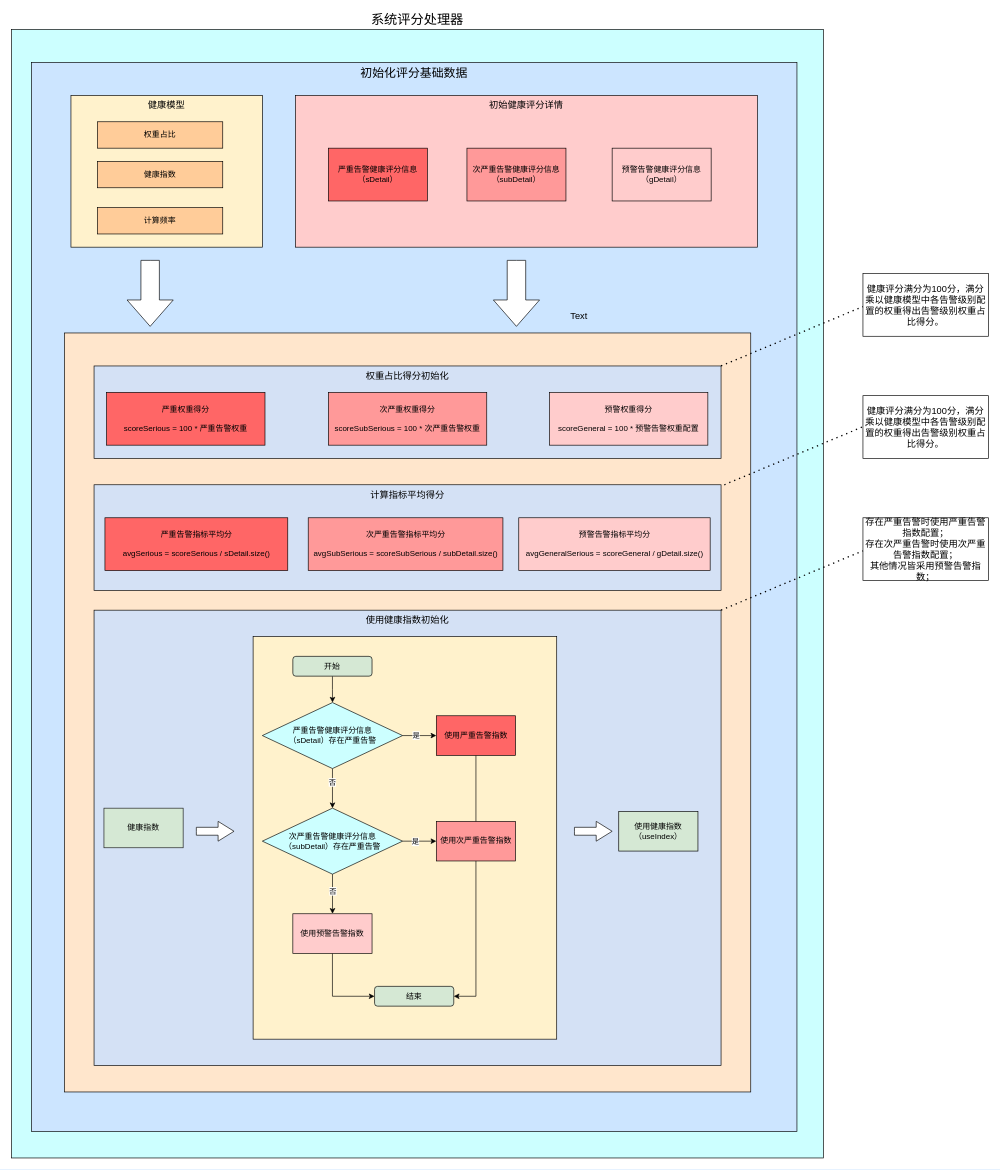
The draw.io diagram 健康模型2.drawio in diaosinanshen/draw, before the edit. Source tidied: cells renumbered, new cells numbered last; positions are measured from the earlier drawing's top-left corner, leaving out a move shared by most shapes. Both pictures are drawn from the tidied source at 66%, with x=0, y=0 at pixel (11, 29).
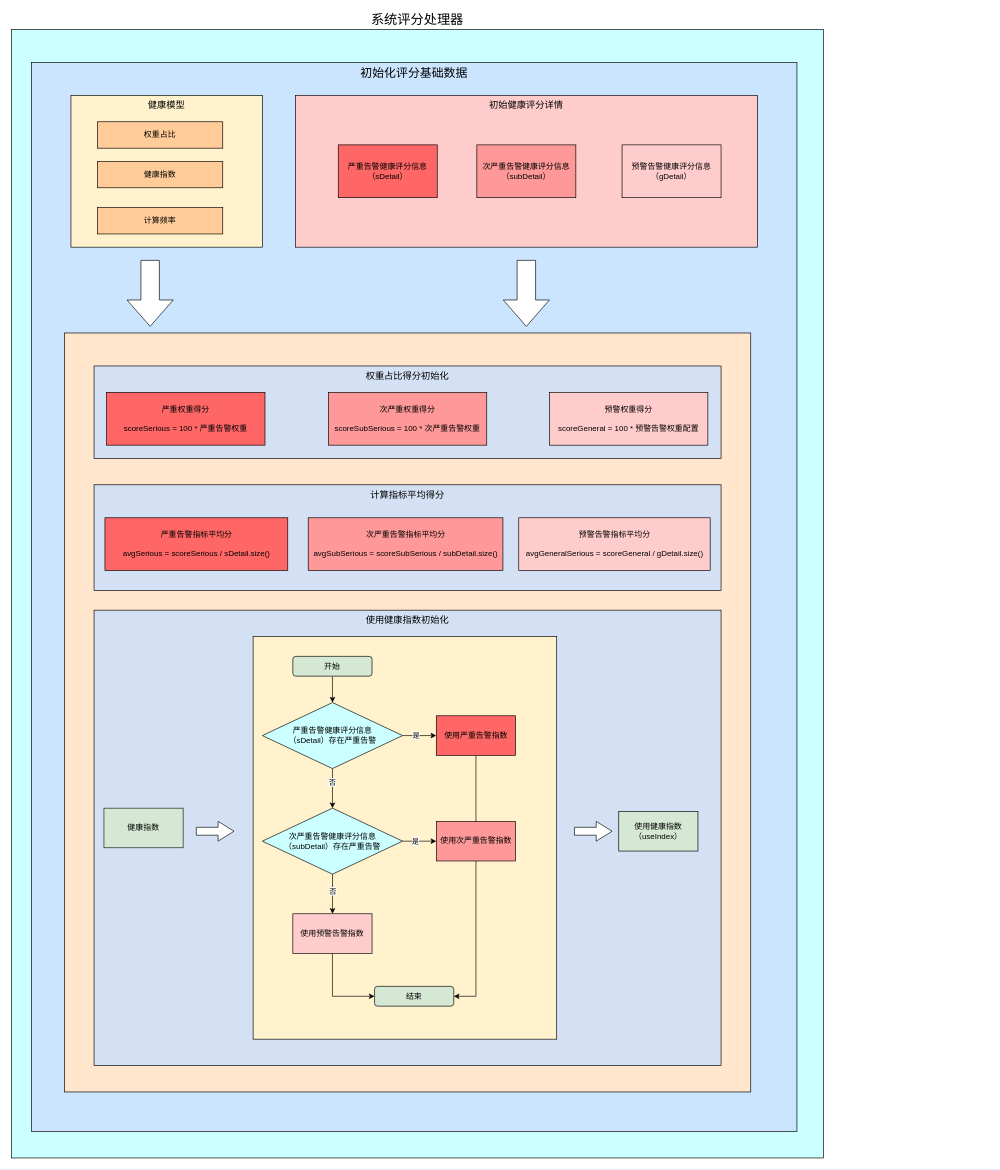
After the change.

Commit message:
更新健康模型2.drawio

The change refers to these unchanged cells:
```xml
<mxCell id="13" value="权重占比得分初始化" style="rounded=0;whiteSpace=wrap;html=1;verticalAlign=top;fillColor=#D4E1F5;fontSize=14;" parent="1" vertex="1">
  <mxGeometry x="125" y="510" width="950" height="140" as="geometry" />
</mxCell>
```

Diff of the diagram source:
```diff
@@
     <mxCell id="10" value="严重告警健康评分信息&lt;br&gt;（sDetail）" style="rounded=0;whiteSpace=wrap;html=1;fillColor=#FF6666;" parent="1" vertex="1">
-      <mxGeometry x="480" y="180" width="150" height="80" as="geometry" />
+      <mxGeometry x="495" y="175" width="150" height="80" as="geometry" />
     </mxCell>
     <mxCell id="11" value="次严重告警健康评分信息&lt;br&gt;（subDetail）" style="rounded=0;whiteSpace=wrap;html=1;fillColor=#FF9999;" parent="1" vertex="1">
-      <mxGeometry x="690" y="180" width="150" height="80" as="geometry" />
+      <mxGeometry x="705" y="175" width="150" height="80" as="geometry" />
     </mxCell>
     <mxCell id="12" value="预警告警健康评分信息&lt;br&gt;（gDetail）" style="rounded=0;whiteSpace=wrap;html=1;fillColor=#FFCCCC;" parent="1" vertex="1">
-      <mxGeometry x="910" y="180" width="150" height="80" as="geometry" />
+      <mxGeometry x="925" y="175" width="150" height="80" as="geometry" />
     </mxCell>
@@
     <mxCell id="45" style="html=1;shadow=0;dashed=0;align=center;verticalAlign=middle;shape=mxgraph.arrows2.arrow;dy=0.6;dx=40;direction=south;notch=0;fontColor=#CCFFFF;fillColor=#FFFFFF;" parent="1" vertex="1">
-      <mxGeometry x="730" y="350" width="70" height="100" as="geometry" />
+      <mxGeometry x="745" y="350" width="70" height="100" as="geometry" />
     </mxCell>
@@
-    <mxCell id="47" style="endArrow=none;dashed=1;html=1;dashPattern=1 3;strokeWidth=2;rounded=0;fontSize=14;exitX=1;exitY=0;exitDx=0;exitDy=0;" parent="1" edge="1" source="13">
-      <mxGeometry relative="1" as="geometry">
-        <mxPoint x="1290" y="420" as="targetPoint" />
-      </mxGeometry>
-    </mxCell>
-    <mxCell id="48" value="Text" style="text;html=1;strokeColor=none;fillColor=none;align=center;verticalAlign=middle;whiteSpace=wrap;rounded=0;strokeWidth=1;fontSize=14;" parent="1" vertex="1">
-      <mxGeometry x="830" y="420" width="60" height="30" as="geometry" />
-    </mxCell>
-    <mxCell id="49" value="健康评分满分为100分，满分乘以健康模型中各告警级别配置的权重得出告警级别权重占比得分。" style="text;html=1;strokeColor=default;fillColor=none;align=center;verticalAlign=middle;whiteSpace=wrap;rounded=0;strokeWidth=1;fontSize=14;" parent="1" vertex="1">
-      <mxGeometry x="1290" y="370" width="190" height="95" as="geometry" />
-    </mxCell>
-    <mxCell id="50" style="endArrow=none;dashed=1;html=1;dashPattern=1 3;strokeWidth=2;rounded=0;fontSize=14;exitX=1;exitY=0;exitDx=0;exitDy=0;" parent="1" edge="1">
-      <mxGeometry relative="1" as="geometry">
-        <mxPoint x="1080" y="690" as="sourcePoint" />
-        <mxPoint x="1295" y="600" as="targetPoint" />
-      </mxGeometry>
-    </mxCell>
-    <mxCell id="51" value="健康评分满分为100分，满分乘以健康模型中各告警级别配置的权重得出告警级别权重占比得分。" style="text;html=1;strokeColor=default;fillColor=none;align=center;verticalAlign=middle;whiteSpace=wrap;rounded=0;strokeWidth=1;fontSize=14;" parent="1" vertex="1">
-      <mxGeometry x="1290" y="555" width="190" height="95" as="geometry" />
-    </mxCell>
-    <mxCell id="52" style="endArrow=none;dashed=1;html=1;dashPattern=1 3;strokeWidth=2;rounded=0;fontSize=14;exitX=1;exitY=0;exitDx=0;exitDy=0;" parent="1" edge="1">
-      <mxGeometry relative="1" as="geometry">
-        <mxPoint x="1075" y="880" as="sourcePoint" />
-        <mxPoint x="1290" y="790" as="targetPoint" />
-      </mxGeometry>
-    </mxCell>
-    <mxCell id="53" value="存在严重告警时使用严重告警指数配置；&lt;br&gt;存在次严重告警时使用次严重告警指数配置；&lt;br&gt;其他情况皆采用预警告警指数；" style="text;html=1;strokeColor=default;fillColor=none;align=center;verticalAlign=middle;whiteSpace=wrap;rounded=0;strokeWidth=1;fontSize=14;" parent="1" vertex="1">
-      <mxGeometry x="1290" y="740" width="190" height="95" as="geometry" />
-    </mxCell>
```
